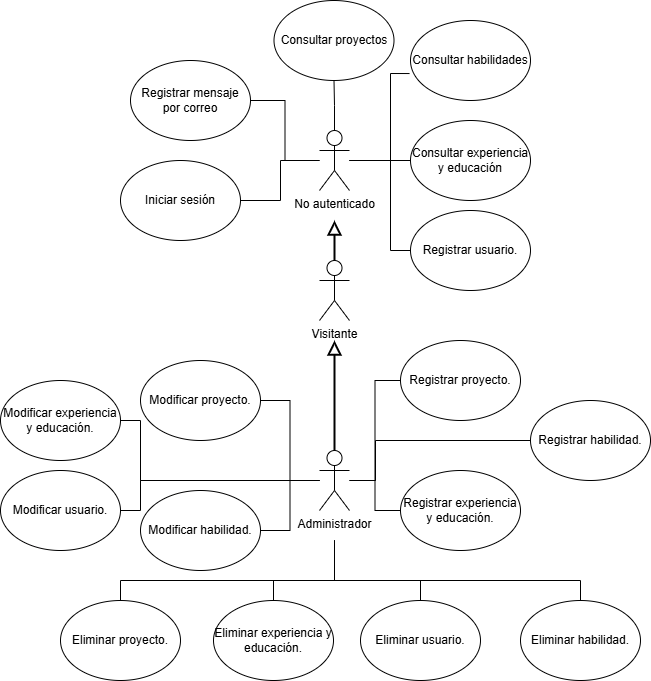
YaelChar417/portfolio keeps this draw.io diagram as Diagramas/Actividad/CU.png. Above is the earlier version. Source tidied: cells renumbered, new cells last; positions are measured from the earlier drawing's top-left corner, leaving out a move shared by most shapes.
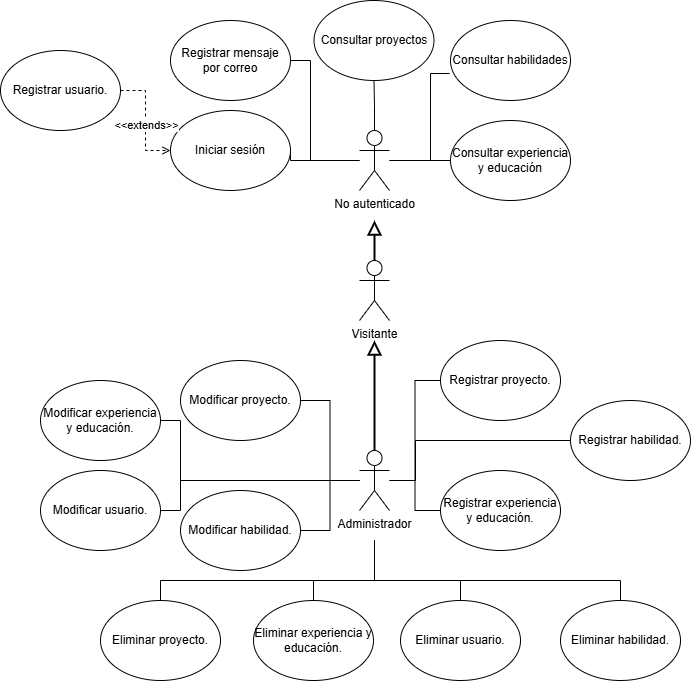
After the commit.

Commit message:
Update: diagrama de casos de uso actualizado con un extend entre login y sign up

Change to the diagram source:
```diff
@@ -5,25 +5,21 @@
     <mxCell id="2" style="edgeStyle=orthogonalEdgeStyle;rounded=0;jettySize=auto;html=1;endArrow=none;startFill=0;" parent="1" edge="1" source="7" target="25">
       <mxGeometry relative="1" as="geometry" />
     </mxCell>
-    <mxCell id="3" style="edgeStyle=orthogonalEdgeStyle;rounded=0;jettySize=auto;html=1;endArrow=none;startFill=0;" parent="1" edge="1" source="7" target="28">
-      <mxGeometry relative="1" as="geometry">
-        <Array as="points">
-          <mxPoint x="390" y="160" />
-          <mxPoint x="390" y="250" />
-        </Array>
-      </mxGeometry>
-    </mxCell>
     <mxCell id="4" style="edgeStyle=orthogonalEdgeStyle;rounded=0;jettySize=auto;html=1;endArrow=none;startFill=0;" parent="1" edge="1" source="7" target="23">
       <mxGeometry relative="1" as="geometry" />
     </mxCell>
     <mxCell id="5" style="edgeStyle=orthogonalEdgeStyle;rounded=0;jettySize=auto;html=1;entryX=1;entryY=0.5;entryDx=0;entryDy=0;endArrow=none;startFill=0;" parent="1" edge="1" source="7" target="26">
-      <mxGeometry relative="1" as="geometry" />
+      <mxGeometry relative="1" as="geometry">
+        <Array as="points">
+          <mxPoint x="270" y="160" />
+          <mxPoint x="270" y="60" />
+        </Array>
+      </mxGeometry>
     </mxCell>
     <mxCell id="6" style="edgeStyle=orthogonalEdgeStyle;rounded=0;jettySize=auto;html=1;entryX=1;entryY=0.5;entryDx=0;entryDy=0;endArrow=none;startFill=0;" parent="1" edge="1" source="7" target="27">
       <mxGeometry relative="1" as="geometry">
         <Array as="points">
-          <mxPoint x="280" y="160" />
-          <mxPoint x="280" y="200" />
+          <mxPoint x="250" y="160" />
         </Array>
       </mxGeometry>
     </mxCell>
@@ -129,13 +125,21 @@
       <mxGeometry x="410" y="120" width="120" height="80" as="geometry" />
     </mxCell>
     <mxCell id="26" value="Registrar mensaje por correo" style="ellipse;whiteSpace=wrap;html=1;" parent="1" vertex="1">
-      <mxGeometry x="130" y="60" width="120" height="80" as="geometry" />
+      <mxGeometry x="130" y="20" width="120" height="80" as="geometry" />
     </mxCell>
     <mxCell id="27" value="Iniciar sesión" style="ellipse;whiteSpace=wrap;html=1;" parent="1" vertex="1">
-      <mxGeometry x="120" y="160" width="120" height="80" as="geometry" />
+      <mxGeometry x="130" y="110" width="120" height="80" as="geometry" />
     </mxCell>
+    <mxCell id="41" style="edgeStyle=orthogonalEdgeStyle;rounded=0;jettySize=auto;html=1;endArrow=open;endFill=0;dashed=1;" parent="1" edge="1" source="28" target="27">
+      <mxGeometry relative="1" as="geometry" />
+    </mxCell>
+    <mxCell id="42" value="&amp;lt;&amp;lt;extends&amp;gt;&amp;gt;" style="edgeLabel;html=1;align=center;verticalAlign=middle;" parent="41" vertex="1">
+      <mxGeometry x="-0.26" y="1" relative="1" as="geometry">
+        <mxPoint x="-1" y="18" as="offset" />
+      </mxGeometry>
+    </mxCell>
     <mxCell id="28" value="Registrar usuario." style="ellipse;whiteSpace=wrap;html=1;" parent="1" vertex="1">
-      <mxGeometry x="410" y="210" width="120" height="80" as="geometry" />
+      <mxGeometry x="-40" y="50" width="120" height="80" as="geometry" />
     </mxCell>
     <mxCell id="29" style="edgeStyle=orthogonalEdgeStyle;rounded=0;jettySize=auto;html=1;entryX=-0.008;entryY=0.663;entryDx=0;entryDy=0;entryPerimeter=0;endArrow=none;startFill=0;" parent="1" edge="1" source="7" target="24">
       <mxGeometry relative="1" as="geometry">
```
